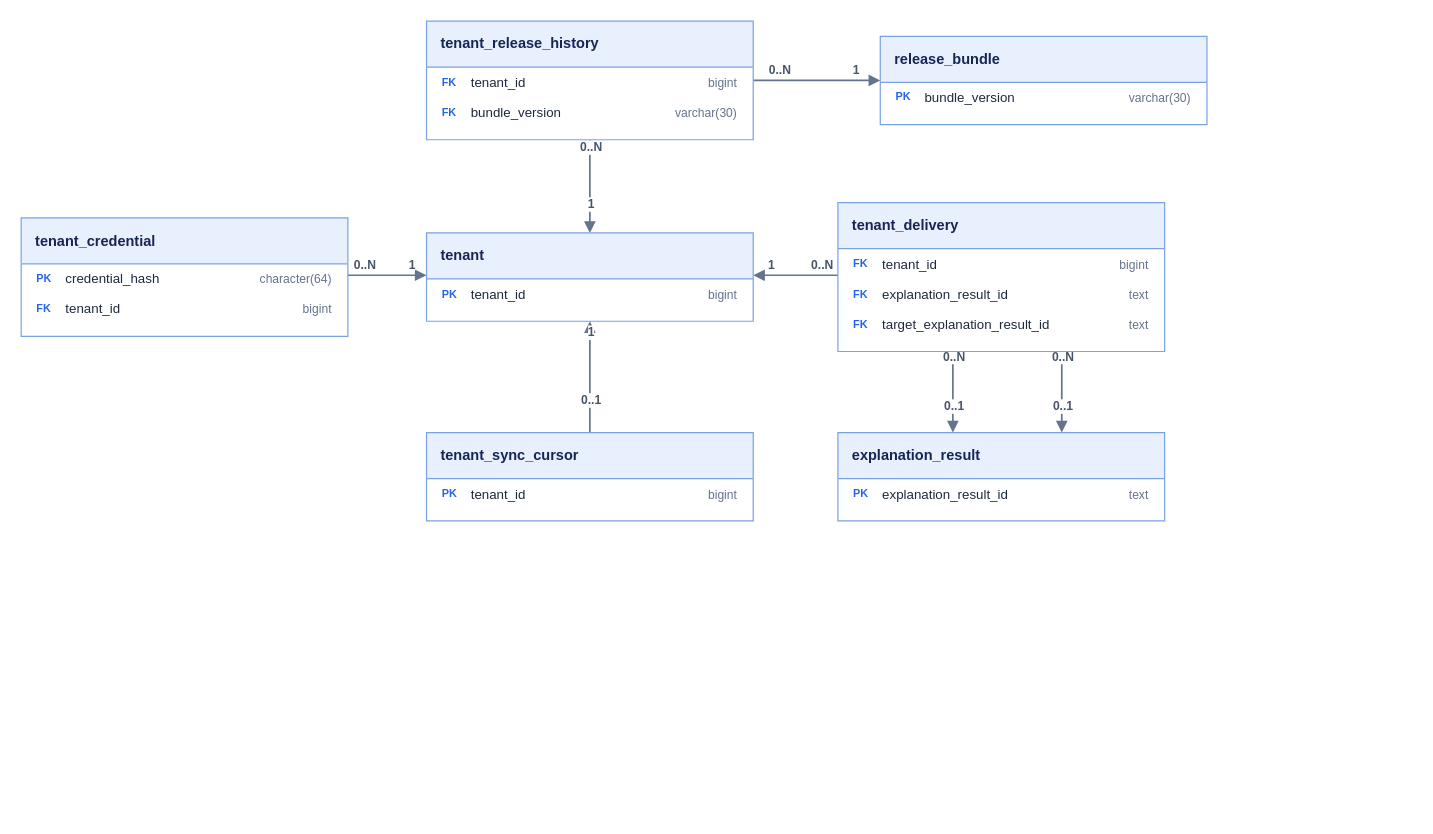
alphaeveryday/edge keeps this draw.io diagram as docs/data-model/domains/delivery/erd.drawio. Above is the earlier version. Source tidied: cells renumbered, new cells numbered last; positions are measured from the earlier drawing's top-left corner, leaving out a move shared by most shapes. Both pictures are drawn from the tidied source at 121%, with x=0, y=0 at pixel (21, 21).
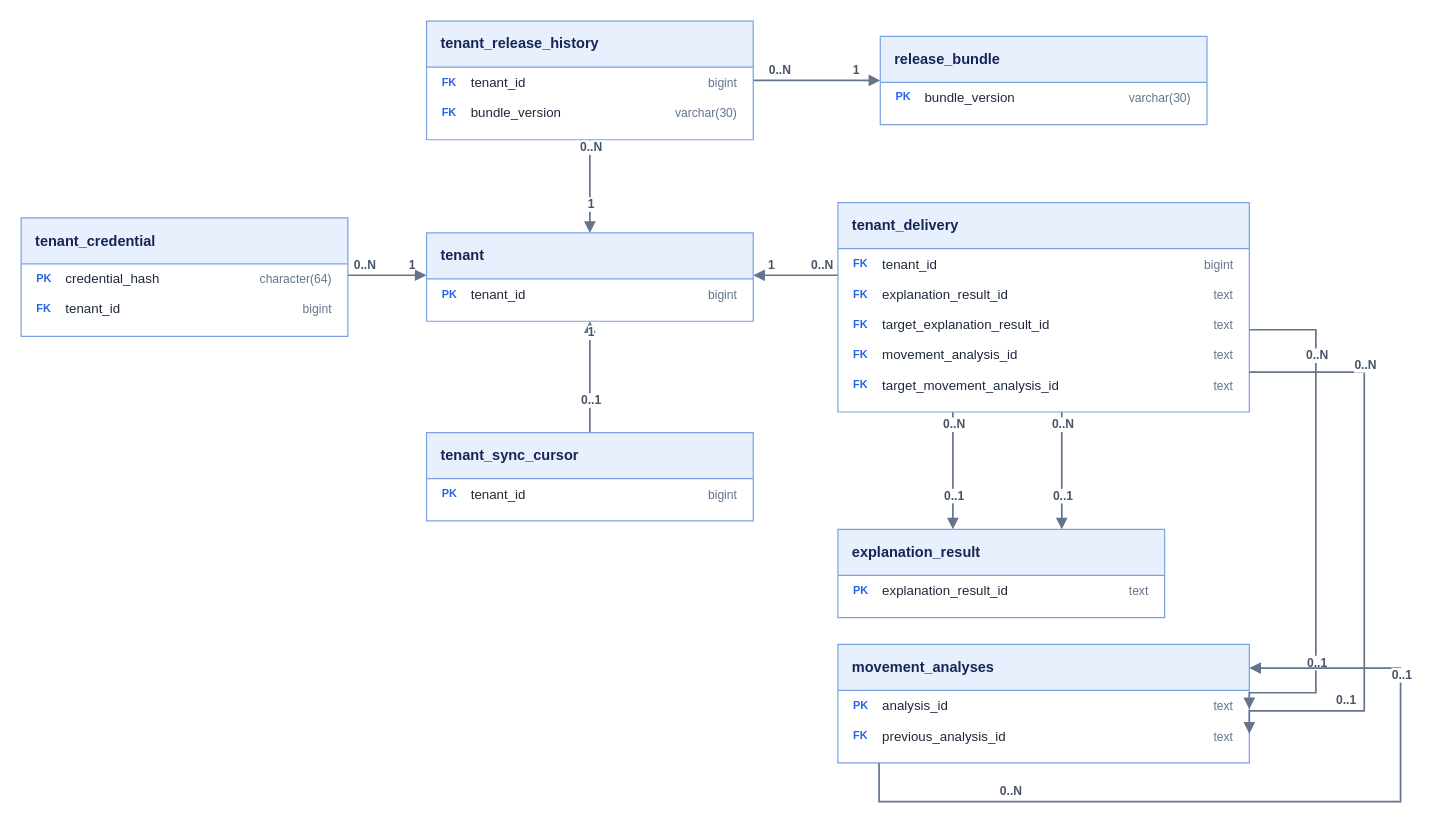
The same page after the edit.

Commit message (it also covers changes not shown here):
feat(schema): 금융사 전달 원장에 v2 설명과 회수 대상 연결

Change to the diagram source:
```diff
@@
     <mxCell id="5" style="edgeStyle=orthogonalEdgeStyle;rounded=0;jettySize=auto;html=1;strokeColor=#64748b;strokeWidth=1.4;endArrow=block;endFill=1;endSize=6;" parent="1" edge="1" source="30" target="37">
       <mxGeometry relative="1" as="geometry">
         <Array as="points">
-          <mxPoint x="770" y="320" />
-          <mxPoint x="770" y="320" />
+          <mxPoint x="770" y="395" />
+          <mxPoint x="770" y="395" />
         </Array>
       </mxGeometry>
     </mxCell>
@@
     <mxCell id="8" style="edgeStyle=orthogonalEdgeStyle;rounded=0;jettySize=auto;html=1;strokeColor=#64748b;strokeWidth=1.4;endArrow=block;endFill=1;endSize=6;" parent="1" edge="1" source="30" target="37">
       <mxGeometry relative="1" as="geometry">
         <Array as="points">
-          <mxPoint x="860" y="320" />
-          <mxPoint x="860" y="320" />
+          <mxPoint x="860" y="395" />
+          <mxPoint x="860" y="395" />
         </Array>
       </mxGeometry>
     </mxCell>
@@
     <mxCell id="30" value="tenant_delivery" style="swimlane;horizontal=1;startSize=38;rounded=0;html=1;fillColor=#e8f0fe;swimlaneFillColor=#ffffff;strokeColor=#7aa2e3;fontColor=#172554;fontStyle=1;align=left;spacingLeft=10;verticalAlign=middle;" parent="1" vertex="1">
-      <mxGeometry x="675" y="150" width="270" height="123" as="geometry" />
+      <mxGeometry x="675" y="150" width="340" height="173" as="geometry" />
     </mxCell>
-    <mxCell id="31" value="&lt;table style=&quot;width:246px;border-collapse:collapse;table-layout:fixed;&quot;&gt;&lt;tr&gt;&lt;td style=&quot;width:22px;color:#2563eb;font-size:9px;font-weight:700;white-space:nowrap;&quot;&gt;FK&lt;/td&gt;&lt;td style=&quot;white-space:nowrap;&quot;&gt;tenant_id&lt;/td&gt;&lt;td style=&quot;width:72px;text-align:right;color:#64748b;font-size:10px;white-space:nowrap;&quot;&gt;bigint&lt;/td&gt;&lt;/tr&gt;&lt;/table&gt;" style="text;html=1;strokeColor=none;fillColor=none;align=left;verticalAlign=middle;spacingLeft=10;spacingRight=10;fontColor=#1e293b;fontSize=11;" parent="30" vertex="1">
-      <mxGeometry y="38" width="270" height="25" as="geometry" />
+    <mxCell id="31" value="&lt;table style=&quot;width:316px;border-collapse:collapse;table-layout:fixed;&quot;&gt;&lt;tr&gt;&lt;td style=&quot;width:22px;color:#2563eb;font-size:9px;font-weight:700;white-space:nowrap;&quot;&gt;FK&lt;/td&gt;&lt;td style=&quot;white-space:nowrap;&quot;&gt;tenant_id&lt;/td&gt;&lt;td style=&quot;width:72px;text-align:right;color:#64748b;font-size:10px;white-space:nowrap;&quot;&gt;bigint&lt;/td&gt;&lt;/tr&gt;&lt;/table&gt;" style="text;html=1;strokeColor=none;fillColor=none;align=left;verticalAlign=middle;spacingLeft=10;spacingRight=10;fontColor=#1e293b;fontSize=11;" parent="30" vertex="1">
+      <mxGeometry y="38" width="340" height="25" as="geometry" />
     </mxCell>
-    <mxCell id="32" value="&lt;table style=&quot;width:246px;border-collapse:collapse;table-layout:fixed;&quot;&gt;&lt;tr&gt;&lt;td style=&quot;width:22px;color:#2563eb;font-size:9px;font-weight:700;white-space:nowrap;&quot;&gt;FK&lt;/td&gt;&lt;td style=&quot;white-space:nowrap;&quot;&gt;explanation_result_id&lt;/td&gt;&lt;td style=&quot;width:72px;text-align:right;color:#64748b;font-size:10px;white-space:nowrap;&quot;&gt;text&lt;/td&gt;&lt;/tr&gt;&lt;/table&gt;" style="text;html=1;strokeColor=none;fillColor=none;align=left;verticalAlign=middle;spacingLeft=10;spacingRight=10;fontColor=#1e293b;fontSize=11;" parent="30" vertex="1">
-      <mxGeometry y="63" width="270" height="25" as="geometry" />
+    <mxCell id="32" value="&lt;table style=&quot;width:316px;border-collapse:collapse;table-layout:fixed;&quot;&gt;&lt;tr&gt;&lt;td style=&quot;width:22px;color:#2563eb;font-size:9px;font-weight:700;white-space:nowrap;&quot;&gt;FK&lt;/td&gt;&lt;td style=&quot;white-space:nowrap;&quot;&gt;explanation_result_id&lt;/td&gt;&lt;td style=&quot;width:72px;text-align:right;color:#64748b;font-size:10px;white-space:nowrap;&quot;&gt;text&lt;/td&gt;&lt;/tr&gt;&lt;/table&gt;" style="text;html=1;strokeColor=none;fillColor=none;align=left;verticalAlign=middle;spacingLeft=10;spacingRight=10;fontColor=#1e293b;fontSize=11;" parent="30" vertex="1">
+      <mxGeometry y="63" width="340" height="25" as="geometry" />
     </mxCell>
-    <mxCell id="33" value="&lt;table style=&quot;width:246px;border-collapse:collapse;table-layout:fixed;&quot;&gt;&lt;tr&gt;&lt;td style=&quot;width:22px;color:#2563eb;font-size:9px;font-weight:700;white-space:nowrap;&quot;&gt;FK&lt;/td&gt;&lt;td style=&quot;white-space:nowrap;&quot;&gt;target_explanation_result_id&lt;/td&gt;&lt;td style=&quot;width:72px;text-align:right;color:#64748b;font-size:10px;white-space:nowrap;&quot;&gt;text&lt;/td&gt;&lt;/tr&gt;&lt;/table&gt;" style="text;html=1;strokeColor=none;fillColor=none;align=left;verticalAlign=middle;spacingLeft=10;spacingRight=10;fontColor=#1e293b;fontSize=11;" parent="30" vertex="1">
-      <mxGeometry y="88" width="270" height="25" as="geometry" />
+    <mxCell id="33" value="&lt;table style=&quot;width:316px;border-collapse:collapse;table-layout:fixed;&quot;&gt;&lt;tr&gt;&lt;td style=&quot;width:22px;color:#2563eb;font-size:9px;font-weight:700;white-space:nowrap;&quot;&gt;FK&lt;/td&gt;&lt;td style=&quot;white-space:nowrap;&quot;&gt;target_explanation_result_id&lt;/td&gt;&lt;td style=&quot;width:72px;text-align:right;color:#64748b;font-size:10px;white-space:nowrap;&quot;&gt;text&lt;/td&gt;&lt;/tr&gt;&lt;/table&gt;" style="text;html=1;strokeColor=none;fillColor=none;align=left;verticalAlign=middle;spacingLeft=10;spacingRight=10;fontColor=#1e293b;fontSize=11;" parent="30" vertex="1">
+      <mxGeometry y="88" width="340" height="25" as="geometry" />
     </mxCell>
@@
     <mxCell id="37" value="explanation_result" style="swimlane;horizontal=1;startSize=38;rounded=0;html=1;fillColor=#e8f0fe;swimlaneFillColor=#ffffff;strokeColor=#7aa2e3;fontColor=#172554;fontStyle=1;align=left;spacingLeft=10;verticalAlign=middle;" parent="1" vertex="1">
-      <mxGeometry x="675" y="340" width="270" height="73" as="geometry" />
+      <mxGeometry x="675" y="420" width="270" height="73" as="geometry" />
     </mxCell>
@@
+    <mxCell id="41" value="&lt;table style=&quot;width:316px;border-collapse:collapse;table-layout:fixed;&quot;&gt;&lt;tr&gt;&lt;td style=&quot;width:22px;color:#2563eb;font-size:9px;font-weight:700;white-space:nowrap;&quot;&gt;FK&lt;/td&gt;&lt;td style=&quot;white-space:nowrap;&quot;&gt;movement_analysis_id&lt;/td&gt;&lt;td style=&quot;width:72px;text-align:right;color:#64748b;font-size:10px;white-space:nowrap;&quot;&gt;text&lt;/td&gt;&lt;/tr&gt;&lt;/table&gt;" style="text;html=1;strokeColor=none;fillColor=none;align=left;verticalAlign=middle;spacingLeft=10;spacingRight=10;fontColor=#1e293b;fontSize=11;" parent="30" vertex="1">
+      <mxGeometry y="113" width="340" height="25" as="geometry" />
+    </mxCell>
+    <mxCell id="42" value="&lt;table style=&quot;width:316px;border-collapse:collapse;table-layout:fixed;&quot;&gt;&lt;tr&gt;&lt;td style=&quot;width:22px;color:#2563eb;font-size:9px;font-weight:700;white-space:nowrap;&quot;&gt;FK&lt;/td&gt;&lt;td style=&quot;white-space:nowrap;&quot;&gt;target_movement_analysis_id&lt;/td&gt;&lt;td style=&quot;width:72px;text-align:right;color:#64748b;font-size:10px;white-space:nowrap;&quot;&gt;text&lt;/td&gt;&lt;/tr&gt;&lt;/table&gt;" style="text;html=1;strokeColor=none;fillColor=none;align=left;verticalAlign=middle;spacingLeft=10;spacingRight=10;fontColor=#1e293b;fontSize=11;" parent="30" vertex="1">
+      <mxGeometry y="138" width="340" height="25" as="geometry" />
+    </mxCell>
+    <mxCell id="43" value="movement_analyses" style="swimlane;horizontal=1;startSize=38;rounded=0;html=1;fillColor=#e8f0fe;swimlaneFillColor=#ffffff;strokeColor=#7aa2e3;fontColor=#172554;fontStyle=1;align=left;spacingLeft=10;verticalAlign=middle;" parent="1" vertex="1">
+      <mxGeometry x="675" y="515" width="340" height="98" as="geometry" />
+    </mxCell>
+    <mxCell id="44" value="&lt;table style=&quot;width:316px;border-collapse:collapse;table-layout:fixed;&quot;&gt;&lt;tr&gt;&lt;td style=&quot;width:22px;color:#2563eb;font-size:9px;font-weight:700;white-space:nowrap;&quot;&gt;PK&lt;/td&gt;&lt;td style=&quot;white-space:nowrap;&quot;&gt;analysis_id&lt;/td&gt;&lt;td style=&quot;width:72px;text-align:right;color:#64748b;font-size:10px;white-space:nowrap;&quot;&gt;text&lt;/td&gt;&lt;/tr&gt;&lt;/table&gt;" style="text;html=1;strokeColor=none;fillColor=none;align=left;verticalAlign=middle;spacingLeft=10;spacingRight=10;fontColor=#1e293b;fontSize=11;" parent="43" vertex="1">
+      <mxGeometry y="38" width="340" height="25" as="geometry" />
+    </mxCell>
+    <mxCell id="45" style="edgeStyle=orthogonalEdgeStyle;rounded=0;jettySize=auto;html=1;strokeColor=#64748b;strokeWidth=1.4;endArrow=block;endFill=1;endSize=6;exitX=1;exitY=0.6069364161849711;entryX=1;entryY=0.547945205479452;" parent="1" edge="1" source="30" target="43">
+      <mxGeometry relative="1" as="geometry">
+        <Array as="points">
+          <mxPoint x="1070" y="255" />
+          <mxPoint x="1070" y="555" />
+        </Array>
+      </mxGeometry>
+    </mxCell>
+    <mxCell id="46" value="0..N" style="edgeLabel;html=1;align=center;verticalAlign=middle;fontSize=10;fontStyle=1;fontColor=#475569;labelBackgroundColor=#ffffff;" parent="45" vertex="1">
+      <mxGeometry x="-0.6" relative="1" as="geometry">
+        <mxPoint y="-10" as="offset" />
+      </mxGeometry>
+    </mxCell>
+    <mxCell id="47" value="0..1" style="edgeLabel;html=1;align=center;verticalAlign=middle;fontSize=10;fontStyle=1;fontColor=#475569;labelBackgroundColor=#ffffff;" parent="45" vertex="1">
+      <mxGeometry x="0.6" relative="1" as="geometry">
+        <mxPoint y="-10" as="offset" />
+      </mxGeometry>
+    </mxCell>
+    <mxCell id="48" style="edgeStyle=orthogonalEdgeStyle;rounded=0;jettySize=auto;html=1;strokeColor=#64748b;strokeWidth=1.4;endArrow=block;endFill=1;endSize=6;exitX=1;exitY=0.8092485549132948;entryX=1;entryY=0.7534246575342466;" parent="1" edge="1" source="30" target="43">
+      <mxGeometry relative="1" as="geometry">
+        <Array as="points">
+          <mxPoint x="1110" y="290" />
+          <mxPoint x="1110" y="570" />
+        </Array>
+      </mxGeometry>
+    </mxCell>
+    <mxCell id="49" value="0..N" style="edgeLabel;html=1;align=center;verticalAlign=middle;fontSize=10;fontStyle=1;fontColor=#475569;labelBackgroundColor=#ffffff;" parent="48" vertex="1">
+      <mxGeometry x="-0.6" relative="1" as="geometry">
+        <mxPoint y="-10" as="offset" />
+      </mxGeometry>
+    </mxCell>
+    <mxCell id="50" value="0..1" style="edgeLabel;html=1;align=center;verticalAlign=middle;fontSize=10;fontStyle=1;fontColor=#475569;labelBackgroundColor=#ffffff;" parent="48" vertex="1">
+      <mxGeometry x="0.6" relative="1" as="geometry">
+        <mxPoint y="-10" as="offset" />
+      </mxGeometry>
+    </mxCell>
+    <mxCell id="51" value="&lt;table style=&quot;width:316px;border-collapse:collapse;table-layout:fixed;&quot;&gt;&lt;tr&gt;&lt;td style=&quot;width:22px;color:#2563eb;font-size:9px;font-weight:700;white-space:nowrap;&quot;&gt;FK&lt;/td&gt;&lt;td style=&quot;white-space:nowrap;&quot;&gt;previous_analysis_id&lt;/td&gt;&lt;td style=&quot;width:72px;text-align:right;color:#64748b;font-size:10px;white-space:nowrap;&quot;&gt;text&lt;/td&gt;&lt;/tr&gt;&lt;/table&gt;" style="text;html=1;strokeColor=none;fillColor=none;align=left;verticalAlign=middle;spacingLeft=10;spacingRight=10;fontColor=#1e293b;fontSize=11;" parent="43" vertex="1">
+      <mxGeometry y="63" width="340" height="25" as="geometry" />
+    </mxCell>
+    <mxCell id="52" style="edgeStyle=orthogonalEdgeStyle;rounded=0;orthogonalLoop=1;jettySize=auto;html=1;strokeColor=#64748b;strokeWidth=1.4;endArrow=block;endFill=1;endSize=6;exitX=0.1;exitY=1;entryX=1;entryY=0.2;" parent="1" edge="1" source="43" target="43">
+      <mxGeometry relative="1" as="geometry">
+        <Array as="points">
+          <mxPoint x="709" y="645" />
+          <mxPoint x="1140" y="645" />
+          <mxPoint x="1140" y="534.6" />
+        </Array>
+      </mxGeometry>
+    </mxCell>
+    <mxCell id="53" value="0..N" style="edgeLabel;html=1;align=center;verticalAlign=middle;fontSize=10;fontStyle=1;fontColor=#475569;labelBackgroundColor=#ffffff;" parent="52" vertex="1">
+      <mxGeometry x="-0.6" relative="1" as="geometry">
+        <mxPoint y="-10" as="offset" />
+      </mxGeometry>
+    </mxCell>
+    <mxCell id="54" value="0..1" style="edgeLabel;html=1;align=center;verticalAlign=middle;fontSize=10;fontStyle=1;fontColor=#475569;labelBackgroundColor=#ffffff;" parent="52" vertex="1">
+      <mxGeometry x="0.6" relative="1" as="geometry">
+        <mxPoint y="-10" as="offset" />
+      </mxGeometry>
+    </mxCell>
```
